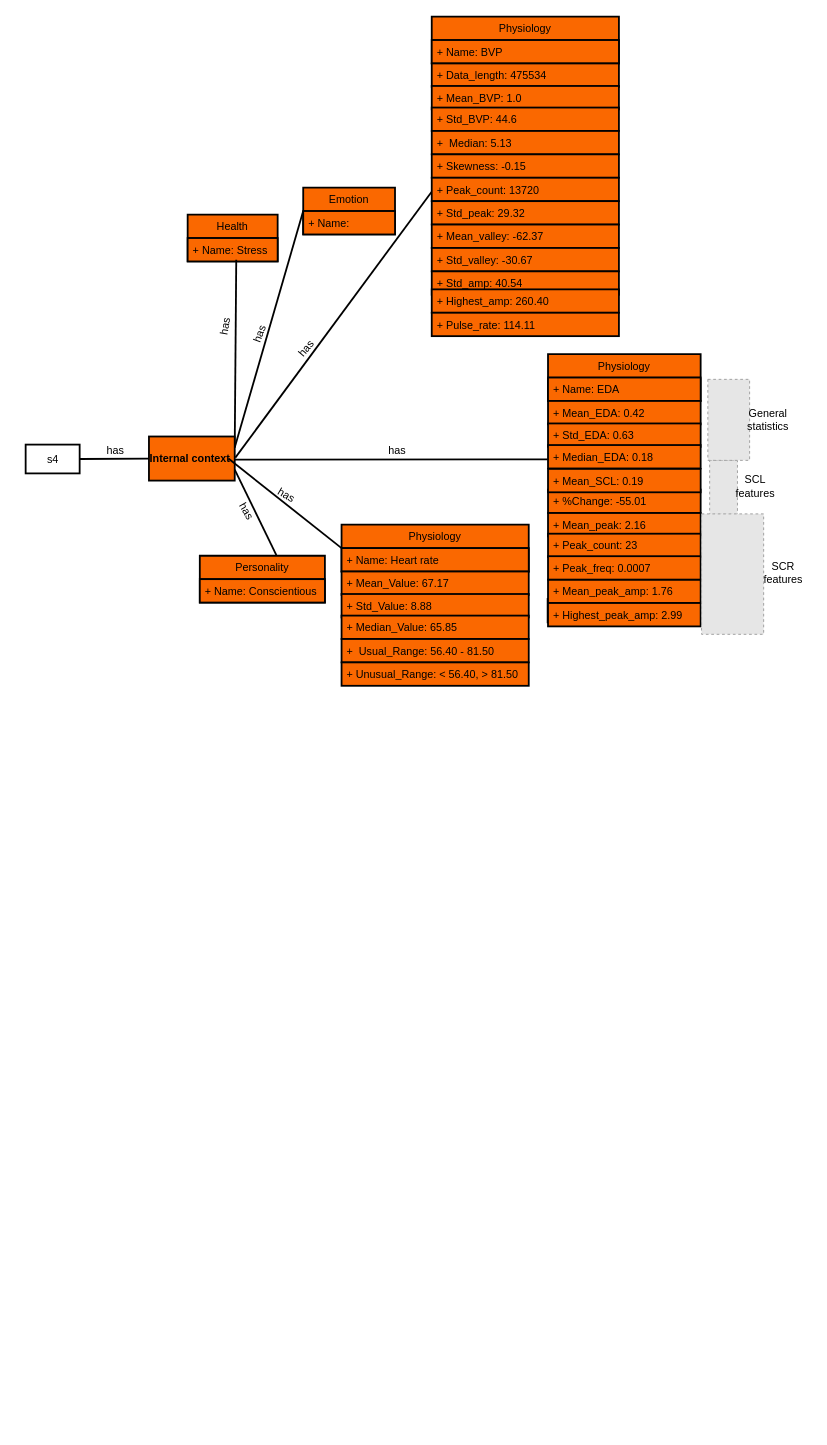
The draw.io diagram um_article.drawio in oluwande/zmPDSwR, before the edit. Source tidied: cells renumbered, new cells numbered last; positions are measured from the earlier drawing's top-left corner, leaving out a move shared by most shapes. Both pictures are drawn from the tidied source at 90%, with x=0, y=0 at pixel (25, 16). Pictures stored in the file or linked from it are replaced by grey dashed boxes.
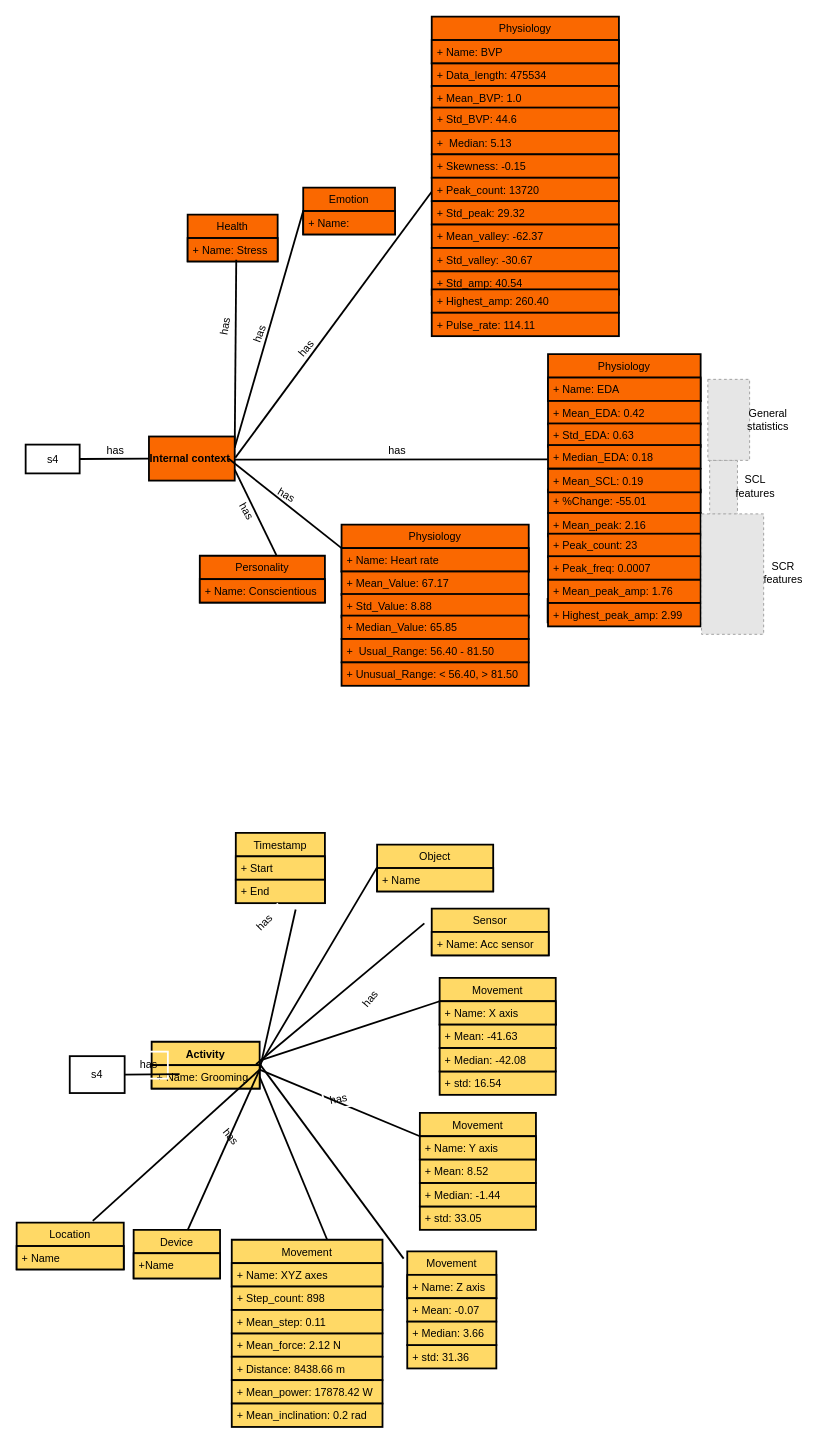
The same diagram, later.

What changed in the source:
```diff
@@
+    <mxCell id="66" value="s4" style="rounded=0;whiteSpace=wrap;html=1;fontSize=12;strokeColor=#000000;strokeWidth=2;fillColor=#FFFFFF;" parent="1" vertex="1">
+      <mxGeometry x="49" y="1155" width="61" height="41" as="geometry" />
+    </mxCell>
+    <mxCell id="67" value="Sensor" style="swimlane;fontStyle=0;align=center;verticalAlign=top;horizontal=1;startSize=26;fontSize=12;strokeColor=#000000;strokeWidth=2;fillColor=#FFD966;fontColor=#000000;" parent="1" vertex="1">
+      <mxGeometry x="451.2" y="991" width="130" height="52" as="geometry" />
+    </mxCell>
+    <mxCell id="68" value="+ Name: Acc sensor" style="text;strokeColor=#000000;fillColor=#FFD966;align=left;verticalAlign=top;spacingLeft=4;spacingRight=4;overflow=hidden;fontSize=12;fontStyle=0;fontColor=#000000;strokeWidth=2;" parent="67" vertex="1">
+      <mxGeometry y="26" width="130" height="26" as="geometry" />
+    </mxCell>
+    <mxCell id="69" value="Device" style="swimlane;fontStyle=0;align=center;verticalAlign=top;horizontal=1;startSize=26;fontSize=12;strokeColor=#000000;strokeWidth=2;fillColor=#FFD966;fontColor=#000000;" parent="1" vertex="1">
+      <mxGeometry x="120" y="1348" width="96" height="54" as="geometry" />
+    </mxCell>
+    <mxCell id="70" value="+Name" style="text;strokeColor=#000000;fillColor=#FFD966;align=left;verticalAlign=top;spacingLeft=4;spacingRight=4;overflow=hidden;fontSize=12;fontStyle=0;fontColor=#000000;strokeWidth=2;" parent="69" vertex="1">
+      <mxGeometry y="26" width="96" height="28" as="geometry" />
+    </mxCell>
+    <mxCell id="71" value="Timestamp" style="swimlane;fontStyle=0;align=center;verticalAlign=top;horizontal=1;startSize=26;fontSize=12;strokeColor=#000000;strokeWidth=2;fillColor=#FFD966;fontColor=#000000;" parent="1" vertex="1">
+      <mxGeometry x="233.5" y="907" width="99" height="78" as="geometry" />
+    </mxCell>
+    <mxCell id="72" value="+ Start" style="text;strokeColor=#000000;fillColor=#FFD966;align=left;verticalAlign=top;spacingLeft=4;spacingRight=4;overflow=hidden;fontSize=12;fontStyle=0;fontColor=#000000;strokeWidth=2;" parent="71" vertex="1">
+      <mxGeometry y="26" width="99" height="26" as="geometry" />
+    </mxCell>
+    <mxCell id="73" value="+ End" style="text;strokeColor=#000000;fillColor=#FFD966;align=left;verticalAlign=top;spacingLeft=4;spacingRight=4;overflow=hidden;fontSize=12;fontStyle=0;fontColor=#000000;strokeWidth=2;" parent="71" vertex="1">
+      <mxGeometry y="52" width="99" height="26" as="geometry" />
+    </mxCell>
+    <mxCell id="74" value="Activity" style="swimlane;fontStyle=1;align=center;verticalAlign=top;horizontal=1;startSize=26;fontSize=12;strokeColor=#000000;strokeWidth=2;fillColor=#FFD966;fontColor=#000000;" parent="1" vertex="1">
+      <mxGeometry x="140" y="1139" width="120" height="52" as="geometry" />
+    </mxCell>
+    <mxCell id="75" value="+ Name: Grooming" style="text;strokeColor=#000000;fillColor=#FFD966;align=left;verticalAlign=top;spacingLeft=4;spacingRight=4;overflow=hidden;points=[[0,0.5],[1,0.5]];portConstraint=eastwest;fontSize=12;fontStyle=0;fontColor=#000000;strokeWidth=2;" parent="74" vertex="1">
+      <mxGeometry y="26" width="120" height="26" as="geometry" />
+    </mxCell>
+    <mxCell id="76" value="Location" style="swimlane;fontStyle=0;align=center;verticalAlign=top;horizontal=1;startSize=26;fontSize=12;strokeColor=#000000;strokeWidth=2;fillColor=#FFD966;fontColor=#000000;" parent="1" vertex="1">
+      <mxGeometry x="-10" y="1340" width="119" height="52" as="geometry" />
+    </mxCell>
+    <mxCell id="77" value="+ Name" style="text;strokeColor=#000000;fillColor=#FFD966;align=left;verticalAlign=top;spacingLeft=4;spacingRight=4;overflow=hidden;fontSize=12;fontStyle=0;fontColor=#000000;strokeWidth=2;" parent="76" vertex="1">
+      <mxGeometry y="26" width="119" height="26" as="geometry" />
+    </mxCell>
+    <mxCell id="78" style="endArrow=none;html=1;rounded=0;fontSize=12;strokeWidth=2;strokeColor=#000000;" parent="1" edge="1">
+      <mxGeometry relative="1" as="geometry">
+        <mxPoint x="260" y="1170" as="sourcePoint" />
+        <mxPoint x="300" y="992" as="targetPoint" />
+      </mxGeometry>
+    </mxCell>
+    <mxCell id="79" style="endArrow=none;html=1;rounded=0;fontSize=12;exitX=0.967;exitY=0.481;exitDx=0;exitDy=0;strokeWidth=2;strokeColor=#000000;exitPerimeter=0;" parent="1" edge="1" source="74">
+      <mxGeometry relative="1" as="geometry">
+        <mxPoint x="443" y="1007.5" as="targetPoint" />
+      </mxGeometry>
+    </mxCell>
+    <mxCell id="80" style="endArrow=none;html=1;rounded=0;fontSize=12;strokeWidth=2;strokeColor=#000000;entryX=-0.003;entryY=-0.007;entryDx=0;entryDy=0;entryPerimeter=0;" parent="1" edge="1" target="90">
+      <mxGeometry relative="1" as="geometry">
+        <mxPoint x="260" y="1165" as="sourcePoint" />
+      </mxGeometry>
+    </mxCell>
+    <mxCell id="81" style="endArrow=none;html=1;rounded=0;fontSize=12;strokeWidth=2;strokeColor=#000000;entryX=1.008;entryY=0;entryDx=0;entryDy=0;entryPerimeter=0;" parent="1" edge="1" target="75">
+      <mxGeometry relative="1" as="geometry">
+        <mxPoint x="420" y="1380" as="sourcePoint" />
+      </mxGeometry>
+    </mxCell>
+    <mxCell id="82" style="endArrow=none;html=1;rounded=0;fontSize=12;strokeWidth=2;strokeColor=#000000;entryX=0;entryY=0.5;entryDx=0;entryDy=0;" parent="1" edge="1" target="96">
+      <mxGeometry relative="1" as="geometry">
+        <mxPoint x="260" y="1170" as="sourcePoint" />
+      </mxGeometry>
+    </mxCell>
+    <mxCell id="83" value="has" style="text;html=1;strokeColor=#FFFFFF;fillColor=none;align=center;verticalAlign=middle;whiteSpace=wrap;rounded=0;fontSize=12;rotation=-45;strokeWidth=2;" parent="1" vertex="1">
+      <mxGeometry x="241" y="1002" width="49" height="9" as="geometry" />
+    </mxCell>
+    <mxCell id="84" value="has" style="text;html=1;strokeColor=#FFFFFF;fillColor=none;align=center;verticalAlign=middle;whiteSpace=wrap;rounded=0;fontSize=12;rotation=-50;strokeWidth=2;" parent="1" vertex="1">
+      <mxGeometry x="364" y="1083" width="37.6" height="17" as="geometry" />
+    </mxCell>
+    <mxCell id="85" value="has" style="text;html=1;strokeColor=#FFFFFF;fillColor=none;align=center;verticalAlign=middle;whiteSpace=wrap;rounded=0;fontSize=12;rotation=-10;strokeWidth=2;" parent="1" vertex="1">
+      <mxGeometry x="331" y="1192.5" width="34" height="20" as="geometry" />
+    </mxCell>
+    <mxCell id="86" value="has" style="text;html=1;strokeColor=#FFFFFF;fillColor=none;align=center;verticalAlign=middle;whiteSpace=wrap;rounded=0;fontSize=12;rotation=50;strokeWidth=2;" parent="1" vertex="1">
+      <mxGeometry x="203.3" y="1239" width="50" height="12" as="geometry" />
+    </mxCell>
+    <mxCell id="87" value="has" style="text;html=1;strokeColor=#FFFFFF;fillColor=none;align=center;verticalAlign=middle;whiteSpace=wrap;rounded=0;fontSize=12;rotation=0;strokeWidth=2;" parent="1" vertex="1">
+      <mxGeometry x="116" y="1150" width="42" height="30" as="geometry" />
+    </mxCell>
+    <mxCell id="88" style="endArrow=none;html=1;rounded=0;fontSize=12;strokeColor=#000000;strokeWidth=2;exitX=1;exitY=0.5;exitDx=0;exitDy=0;" parent="1" edge="1" source="66">
+      <mxGeometry relative="1" as="geometry">
+        <mxPoint x="171" y="1175" as="targetPoint" />
+      </mxGeometry>
+    </mxCell>
+    <mxCell id="89" value="Object" style="swimlane;fontStyle=0;align=center;verticalAlign=top;horizontal=1;startSize=26;fontSize=12;strokeColor=#000000;strokeWidth=2;fillColor=#FFD966;fontColor=#000000;" parent="1" vertex="1">
+      <mxGeometry x="390.5" y="920" width="129" height="52" as="geometry" />
+    </mxCell>
+    <mxCell id="90" value="+ Name" style="text;strokeColor=#000000;fillColor=#FFD966;align=left;verticalAlign=top;spacingLeft=4;spacingRight=4;overflow=hidden;points=[[0,0.5],[1,0.5]];portConstraint=eastwest;fontSize=12;fontStyle=0;fontColor=#000000;strokeWidth=2;" parent="89" vertex="1">
+      <mxGeometry y="26" width="129" height="26" as="geometry" />
+    </mxCell>
+    <mxCell id="91" value="Movement" style="swimlane;fontStyle=0;align=center;verticalAlign=top;horizontal=1;startSize=26;fontSize=12;strokeColor=#000000;strokeWidth=2;fillColor=#FFD966;fontColor=#000000;" parent="1" vertex="1">
+      <mxGeometry x="460" y="1068" width="129" height="52" as="geometry" />
+    </mxCell>
+    <mxCell id="92" value="+ Name: X axis" style="text;strokeColor=#000000;fillColor=#FFD966;align=left;verticalAlign=top;spacingLeft=4;spacingRight=4;overflow=hidden;fontSize=12;fontStyle=0;fontColor=#000000;strokeWidth=2;" parent="91" vertex="1">
+      <mxGeometry y="26" width="129" height="26" as="geometry" />
+    </mxCell>
+    <mxCell id="93" value="+ Mean: -41.63" style="text;strokeColor=#000000;fillColor=#FFD966;align=left;verticalAlign=top;spacingLeft=4;spacingRight=4;overflow=hidden;fontSize=12;fontStyle=0;fontColor=#000000;strokeWidth=2;" parent="1" vertex="1">
+      <mxGeometry x="460" y="1120" width="129" height="26" as="geometry" />
+    </mxCell>
+    <mxCell id="94" value="+ std: 16.54" style="text;strokeColor=#000000;fillColor=#FFD966;align=left;verticalAlign=top;spacingLeft=4;spacingRight=4;overflow=hidden;fontSize=12;fontStyle=0;fontColor=#000000;strokeWidth=2;" parent="1" vertex="1">
+      <mxGeometry x="460" y="1172" width="129" height="26" as="geometry" />
+    </mxCell>
+    <mxCell id="95" value="+ Median: -42.08" style="text;strokeColor=#000000;fillColor=#FFD966;align=left;verticalAlign=top;spacingLeft=4;spacingRight=4;overflow=hidden;fontSize=12;fontStyle=0;fontColor=#000000;strokeWidth=2;" parent="1" vertex="1">
+      <mxGeometry x="460" y="1146" width="129" height="26" as="geometry" />
+    </mxCell>
+    <mxCell id="96" value="Movement" style="swimlane;fontStyle=0;align=center;verticalAlign=top;horizontal=1;startSize=26;fontSize=12;strokeColor=#000000;strokeWidth=2;fillColor=#FFD966;fontColor=#000000;" parent="1" vertex="1">
+      <mxGeometry x="438" y="1218" width="129" height="52" as="geometry" />
+    </mxCell>
+    <mxCell id="97" value="+ Name: Y axis" style="text;strokeColor=#000000;fillColor=#FFD966;align=left;verticalAlign=top;spacingLeft=4;spacingRight=4;overflow=hidden;fontSize=12;fontStyle=0;fontColor=#000000;strokeWidth=2;" parent="96" vertex="1">
+      <mxGeometry y="26" width="129" height="26" as="geometry" />
+    </mxCell>
+    <mxCell id="98" value="+ Mean: 8.52" style="text;strokeColor=#000000;fillColor=#FFD966;align=left;verticalAlign=top;spacingLeft=4;spacingRight=4;overflow=hidden;fontSize=12;fontStyle=0;fontColor=#000000;strokeWidth=2;" parent="1" vertex="1">
+      <mxGeometry x="438" y="1270" width="129" height="26" as="geometry" />
+    </mxCell>
+    <mxCell id="99" value="+ std: 33.05" style="text;strokeColor=#000000;fillColor=#FFD966;align=left;verticalAlign=top;spacingLeft=4;spacingRight=4;overflow=hidden;fontSize=12;fontStyle=0;fontColor=#000000;strokeWidth=2;" parent="1" vertex="1">
+      <mxGeometry x="438" y="1322" width="129" height="26" as="geometry" />
+    </mxCell>
+    <mxCell id="100" value="+ Median: -1.44" style="text;strokeColor=#000000;fillColor=#FFD966;align=left;verticalAlign=top;spacingLeft=4;spacingRight=4;overflow=hidden;fontSize=12;fontStyle=0;fontColor=#000000;strokeWidth=2;" parent="1" vertex="1">
+      <mxGeometry x="438" y="1296" width="129" height="26" as="geometry" />
+    </mxCell>
+    <mxCell id="101" style="group;" parent="1" vertex="1">
+      <mxGeometry x="229" y="1359" width="167.5" height="208" as="geometry" />
+    </mxCell>
+    <mxCell id="102" value="Movement" style="swimlane;fontStyle=0;align=center;verticalAlign=top;horizontal=1;startSize=26;fontSize=12;strokeColor=#000000;strokeWidth=2;fillColor=#FFD966;fontColor=#000000;" parent="101" vertex="1">
+      <mxGeometry width="167.5" height="52" as="geometry" />
+    </mxCell>
+    <mxCell id="103" value="+ Name: XYZ axes" style="text;strokeColor=#000000;fillColor=#FFD966;align=left;verticalAlign=top;spacingLeft=4;spacingRight=4;overflow=hidden;fontSize=12;fontStyle=0;fontColor=#000000;strokeWidth=2;" parent="102" vertex="1">
+      <mxGeometry y="26" width="167.5" height="26" as="geometry" />
+    </mxCell>
+    <mxCell id="104" value="+ Step_count: 898" style="text;strokeColor=#000000;fillColor=#FFD966;align=left;verticalAlign=top;spacingLeft=4;spacingRight=4;overflow=hidden;fontSize=12;fontStyle=0;fontColor=#000000;strokeWidth=2;" parent="101" vertex="1">
+      <mxGeometry y="52" width="167.5" height="26" as="geometry" />
+    </mxCell>
+    <mxCell id="105" value="+ Mean_force: 2.12 N" style="text;strokeColor=#000000;fillColor=#FFD966;align=left;verticalAlign=top;spacingLeft=4;spacingRight=4;overflow=hidden;fontSize=12;fontStyle=0;fontColor=#000000;strokeWidth=2;" parent="101" vertex="1">
+      <mxGeometry y="104" width="167.5" height="26" as="geometry" />
+    </mxCell>
+    <mxCell id="106" value="+ Mean_step: 0.11" style="text;strokeColor=#000000;fillColor=#FFD966;align=left;verticalAlign=top;spacingLeft=4;spacingRight=4;overflow=hidden;fontSize=12;fontStyle=0;fontColor=#000000;strokeWidth=2;" parent="101" vertex="1">
+      <mxGeometry y="78" width="167.5" height="26" as="geometry" />
+    </mxCell>
+    <mxCell id="107" value="+ Distance: 8438.66 m" style="text;strokeColor=#000000;fillColor=#FFD966;align=left;verticalAlign=top;spacingLeft=4;spacingRight=4;overflow=hidden;fontSize=12;fontStyle=0;fontColor=#000000;strokeWidth=2;" parent="101" vertex="1">
+      <mxGeometry y="130" width="167.5" height="26" as="geometry" />
+    </mxCell>
+    <mxCell id="108" value="+ Mean_power: 17878.42 W" style="text;strokeColor=#000000;fillColor=#FFD966;align=left;verticalAlign=top;spacingLeft=4;spacingRight=4;overflow=hidden;fontSize=12;fontStyle=0;fontColor=#000000;strokeWidth=2;" parent="101" vertex="1">
+      <mxGeometry y="156" width="167.5" height="26" as="geometry" />
+    </mxCell>
+    <mxCell id="109" value="+ Mean_inclination: 0.2 rad" style="text;strokeColor=#000000;fillColor=#FFD966;align=left;verticalAlign=top;spacingLeft=4;spacingRight=4;overflow=hidden;fontSize=12;fontStyle=0;fontColor=#000000;strokeWidth=2;" parent="101" vertex="1">
+      <mxGeometry y="182" width="167.5" height="26" as="geometry" />
+    </mxCell>
+    <mxCell id="110" style="endArrow=none;html=1;rounded=0;fontSize=12;strokeWidth=2;strokeColor=#000000;entryX=0;entryY=0.5;entryDx=0;entryDy=0;" parent="1" edge="1" target="91">
+      <mxGeometry relative="1" as="geometry">
+        <mxPoint x="260" y="1160" as="sourcePoint" />
+      </mxGeometry>
+    </mxCell>
+    <mxCell id="111" style="endArrow=none;html=1;rounded=0;fontSize=12;strokeWidth=2;strokeColor=#000000;exitX=0.633;exitY=0;exitDx=0;exitDy=0;exitPerimeter=0;entryX=1;entryY=0.5;entryDx=0;entryDy=0;" parent="1" edge="1" source="102" target="75">
+      <mxGeometry relative="1" as="geometry" />
+    </mxCell>
+    <mxCell id="112" style="endArrow=none;html=1;rounded=0;fontSize=12;strokeWidth=2;strokeColor=#000000;" parent="1" edge="1" source="69">
+      <mxGeometry relative="1" as="geometry">
+        <mxPoint x="260" y="1170" as="targetPoint" />
+      </mxGeometry>
+    </mxCell>
+    <mxCell id="113" style="endArrow=none;html=1;rounded=0;fontSize=12;strokeWidth=2;strokeColor=#000000;exitX=0.711;exitY=-0.038;exitDx=0;exitDy=0;exitPerimeter=0;" parent="1" edge="1" source="76">
+      <mxGeometry relative="1" as="geometry">
+        <mxPoint x="260" y="1170" as="targetPoint" />
+      </mxGeometry>
+    </mxCell>
+    <mxCell id="114" style="group;" parent="1" vertex="1">
+      <mxGeometry x="424" y="1372" width="99" height="130" as="geometry" />
+    </mxCell>
+    <mxCell id="115" value="Movement" style="swimlane;fontStyle=0;align=center;verticalAlign=top;horizontal=1;startSize=26;fontSize=12;strokeColor=#000000;strokeWidth=2;fillColor=#FFD966;fontColor=#000000;" parent="114" vertex="1">
+      <mxGeometry width="99" height="52" as="geometry" />
+    </mxCell>
+    <mxCell id="116" value="+ Name: Z axis" style="text;strokeColor=#000000;fillColor=#FFD966;align=left;verticalAlign=top;spacingLeft=4;spacingRight=4;overflow=hidden;fontSize=12;fontStyle=0;fontColor=#000000;strokeWidth=2;" parent="115" vertex="1">
+      <mxGeometry y="26" width="99" height="26" as="geometry" />
+    </mxCell>
+    <mxCell id="117" value="+ Mean: -0.07" style="text;strokeColor=#000000;fillColor=#FFD966;align=left;verticalAlign=top;spacingLeft=4;spacingRight=4;overflow=hidden;fontSize=12;fontStyle=0;fontColor=#000000;strokeWidth=2;" parent="114" vertex="1">
+      <mxGeometry y="52" width="99" height="26" as="geometry" />
+    </mxCell>
+    <mxCell id="118" value="+ std: 31.36" style="text;strokeColor=#000000;fillColor=#FFD966;align=left;verticalAlign=top;spacingLeft=4;spacingRight=4;overflow=hidden;fontSize=12;fontStyle=0;fontColor=#000000;strokeWidth=2;" parent="114" vertex="1">
+      <mxGeometry y="104" width="99" height="26" as="geometry" />
+    </mxCell>
+    <mxCell id="119" value="+ Median: 3.66" style="text;strokeColor=#000000;fillColor=#FFD966;align=left;verticalAlign=top;spacingLeft=4;spacingRight=4;overflow=hidden;fontSize=12;fontStyle=0;fontColor=#000000;strokeWidth=2;" parent="114" vertex="1">
+      <mxGeometry y="78" width="99" height="26" as="geometry" />
+    </mxCell>
```
